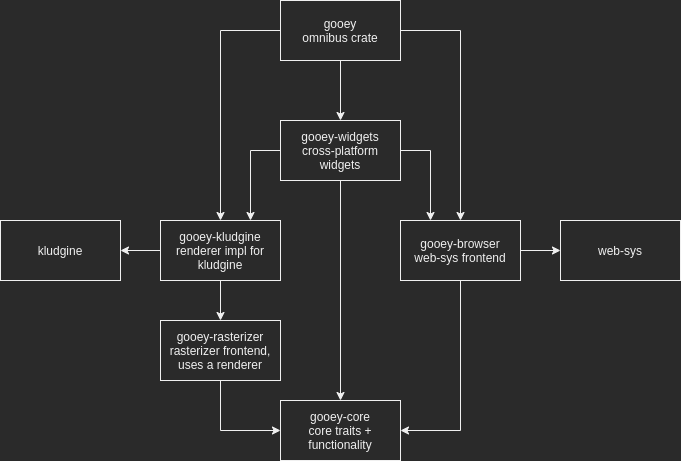
The draw.io diagram Gooey.png in khonsulabs/cushy, before a commit. Source tidied: cells renumbered, new cells last; positions are measured from the earlier drawing's top-left corner, leaving out a move shared by most shapes.
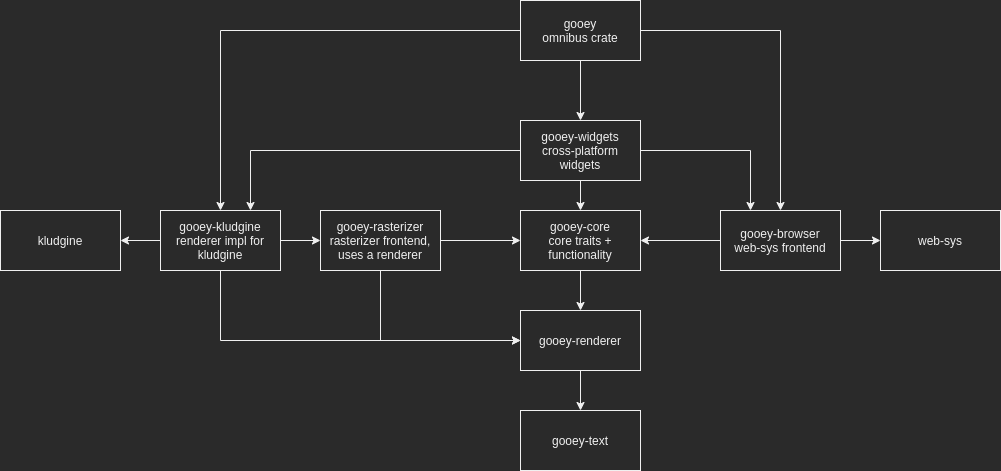
The same file after the commit.

What changed in the source:
```diff
@@ -2,47 +2,53 @@
   <root>
     <mxCell id="0" />
     <mxCell id="1" parent="0" />
-    <mxCell id="2" style="edgeStyle=orthogonalEdgeStyle;rounded=0;jettySize=auto;html=1;exitX=0.5;exitY=1;exitDx=0;exitDy=0;entryX=0;entryY=0.5;entryDx=0;entryDy=0;startArrow=none;" parent="1" edge="1" source="19" target="11">
+    <mxCell id="2" style="edgeStyle=orthogonalEdgeStyle;rounded=0;jettySize=auto;html=1;exitX=1;exitY=0.5;exitDx=0;exitDy=0;entryX=0;entryY=0.5;entryDx=0;entryDy=0;startArrow=none;" parent="1" edge="1" source="19" target="11">
       <mxGeometry relative="1" as="geometry" />
     </mxCell>
     <mxCell id="3" style="edgeStyle=orthogonalEdgeStyle;rounded=0;jettySize=auto;html=1;exitX=0.5;exitY=0;exitDx=0;exitDy=0;entryX=0;entryY=0.5;entryDx=0;entryDy=0;startArrow=classic;startFill=1;endArrow=none;endFill=0;" parent="1" edge="1" source="4" target="5">
       <mxGeometry relative="1" as="geometry" />
     </mxCell>
+    <mxCell id="21" style="edgeStyle=orthogonalEdgeStyle;rounded=0;jettySize=auto;html=1;entryX=0;entryY=0.5;entryDx=0;entryDy=0;exitX=0.5;exitY=1;exitDx=0;exitDy=0;" parent="1" edge="1" source="4" target="25">
+      <mxGeometry relative="1" as="geometry" />
+    </mxCell>
     <mxCell id="4" value="gooey-kludgine&lt;br&gt;renderer impl for kludgine" style="rounded=0;whiteSpace=wrap;html=1;" parent="1" vertex="1">
-      <mxGeometry x="160" y="220" width="120" height="60" as="geometry" />
+      <mxGeometry x="160" y="210" width="120" height="60" as="geometry" />
     </mxCell>
     <mxCell id="5" value="gooey&lt;br&gt;omnibus crate" style="rounded=0;whiteSpace=wrap;html=1;" parent="1" vertex="1">
-      <mxGeometry x="280" width="120" height="60" as="geometry" />
+      <mxGeometry x="520" width="120" height="60" as="geometry" />
     </mxCell>
     <mxCell id="6" style="edgeStyle=orthogonalEdgeStyle;rounded=0;jettySize=auto;html=1;entryX=0;entryY=0.5;entryDx=0;entryDy=0;startArrow=classic;startFill=1;endArrow=none;endFill=0;" parent="1" edge="1" source="7" target="4">
       <mxGeometry relative="1" as="geometry" />
     </mxCell>
     <mxCell id="7" value="kludgine" style="rounded=0;whiteSpace=wrap;html=1;" parent="1" vertex="1">
-      <mxGeometry y="220" width="120" height="60" as="geometry" />
+      <mxGeometry y="210" width="120" height="60" as="geometry" />
     </mxCell>
     <mxCell id="8" style="edgeStyle=orthogonalEdgeStyle;rounded=0;jettySize=auto;html=1;entryX=1;entryY=0.5;entryDx=0;entryDy=0;endArrow=none;endFill=0;startArrow=classic;startFill=1;" parent="1" edge="1" source="9" target="15">
       <mxGeometry relative="1" as="geometry" />
     </mxCell>
     <mxCell id="9" value="web-sys" style="rounded=0;whiteSpace=wrap;html=1;" parent="1" vertex="1">
-      <mxGeometry x="560" y="220" width="120" height="60" as="geometry" />
+      <mxGeometry x="880" y="210" width="120" height="60" as="geometry" />
     </mxCell>
     <mxCell id="10" style="edgeStyle=orthogonalEdgeStyle;rounded=0;jettySize=auto;html=1;exitX=0.5;exitY=1;exitDx=0;exitDy=0;entryX=0.5;entryY=0;entryDx=0;entryDy=0;" parent="1" edge="1" source="5" target="18">
       <mxGeometry relative="1" as="geometry" />
     </mxCell>
+    <mxCell id="22" style="edgeStyle=orthogonalEdgeStyle;rounded=0;jettySize=auto;html=1;" parent="1" edge="1" source="11" target="25">
+      <mxGeometry relative="1" as="geometry" />
+    </mxCell>
     <mxCell id="11" value="gooey-core&lt;br&gt;core traits + functionality" style="rounded=0;whiteSpace=wrap;html=1;" parent="1" vertex="1">
-      <mxGeometry x="280" y="400" width="120" height="60" as="geometry" />
+      <mxGeometry x="520" y="210" width="120" height="60" as="geometry" />
     </mxCell>
     <mxCell id="12" style="edgeStyle=orthogonalEdgeStyle;rounded=0;jettySize=auto;html=1;exitX=0.25;exitY=0;exitDx=0;exitDy=0;endArrow=none;endFill=0;startArrow=classic;startFill=1;entryX=1;entryY=0.5;entryDx=0;entryDy=0;" parent="1" edge="1" source="15" target="18">
       <mxGeometry relative="1" as="geometry" />
     </mxCell>
-    <mxCell id="13" style="edgeStyle=orthogonalEdgeStyle;rounded=0;jettySize=auto;html=1;exitX=0.5;exitY=1;exitDx=0;exitDy=0;entryX=1;entryY=0.5;entryDx=0;entryDy=0;" parent="1" edge="1" source="15" target="11">
+    <mxCell id="13" style="edgeStyle=orthogonalEdgeStyle;rounded=0;jettySize=auto;html=1;exitX=0;exitY=0.5;exitDx=0;exitDy=0;entryX=1;entryY=0.5;entryDx=0;entryDy=0;" parent="1" edge="1" source="15" target="11">
       <mxGeometry relative="1" as="geometry" />
     </mxCell>
     <mxCell id="14" style="edgeStyle=orthogonalEdgeStyle;rounded=0;jettySize=auto;html=1;exitX=0.5;exitY=0;exitDx=0;exitDy=0;entryX=1;entryY=0.5;entryDx=0;entryDy=0;endArrow=none;endFill=0;startArrow=classic;startFill=1;" parent="1" edge="1" source="15" target="5">
       <mxGeometry relative="1" as="geometry" />
     </mxCell>
     <mxCell id="15" value="gooey-browser&lt;br&gt;web-sys frontend" style="rounded=0;whiteSpace=wrap;html=1;" parent="1" vertex="1">
-      <mxGeometry x="400" y="220" width="120" height="60" as="geometry" />
+      <mxGeometry x="720" y="210" width="120" height="60" as="geometry" />
     </mxCell>
     <mxCell id="16" style="edgeStyle=orthogonalEdgeStyle;rounded=0;jettySize=auto;html=1;exitX=0.5;exitY=1;exitDx=0;exitDy=0;entryX=0.5;entryY=0;entryDx=0;entryDy=0;" parent="1" edge="1" source="18" target="11">
       <mxGeometry relative="1" as="geometry" />
@@ -51,13 +57,25 @@
       <mxGeometry relative="1" as="geometry" />
     </mxCell>
     <mxCell id="18" value="gooey-widgets&lt;br&gt;cross-platform widgets" style="rounded=0;whiteSpace=wrap;html=1;" parent="1" vertex="1">
-      <mxGeometry x="280" y="120" width="120" height="60" as="geometry" />
+      <mxGeometry x="520" y="120" width="120" height="60" as="geometry" />
     </mxCell>
+    <mxCell id="23" style="edgeStyle=orthogonalEdgeStyle;rounded=0;jettySize=auto;html=1;entryX=0;entryY=0.5;entryDx=0;entryDy=0;exitX=0.5;exitY=1;exitDx=0;exitDy=0;" parent="1" edge="1" source="19" target="25">
+      <mxGeometry relative="1" as="geometry" />
+    </mxCell>
     <mxCell id="19" value="gooey-rasterizer&lt;br&gt;rasterizer frontend, uses a renderer" style="rounded=0;whiteSpace=wrap;html=1;" parent="1" vertex="1">
-      <mxGeometry x="160" y="320" width="120" height="60" as="geometry" />
+      <mxGeometry x="320" y="210" width="120" height="60" as="geometry" />
     </mxCell>
-    <mxCell id="20" style="edgeStyle=orthogonalEdgeStyle;rounded=0;jettySize=auto;html=1;exitX=0.5;exitY=1;exitDx=0;exitDy=0;entryX=0.5;entryY=0;entryDx=0;entryDy=0;endArrow=classic;startArrow=none;startFill=0;endFill=1;" parent="1" edge="1" source="4" target="19">
+    <mxCell id="20" style="edgeStyle=orthogonalEdgeStyle;rounded=0;jettySize=auto;html=1;exitX=1;exitY=0.5;exitDx=0;exitDy=0;entryX=0;entryY=0.5;entryDx=0;entryDy=0;endArrow=classic;startArrow=none;startFill=0;endFill=1;" parent="1" edge="1" source="4" target="19">
       <mxGeometry relative="1" as="geometry" />
     </mxCell>
+    <mxCell id="24" style="edgeStyle=orthogonalEdgeStyle;rounded=0;jettySize=auto;html=1;entryX=0.5;entryY=0;entryDx=0;entryDy=0;" parent="1" edge="1" source="25" target="26">
+      <mxGeometry relative="1" as="geometry" />
+    </mxCell>
+    <mxCell id="25" value="gooey-renderer" style="rounded=0;whiteSpace=wrap;html=1;" parent="1" vertex="1">
+      <mxGeometry x="520" y="310" width="120" height="60" as="geometry" />
+    </mxCell>
+    <mxCell id="26" value="gooey-text" style="rounded=0;whiteSpace=wrap;html=1;" parent="1" vertex="1">
+      <mxGeometry x="520" y="410" width="120" height="60" as="geometry" />
+    </mxCell>
   </root>
 </mxGraphModel>
```
